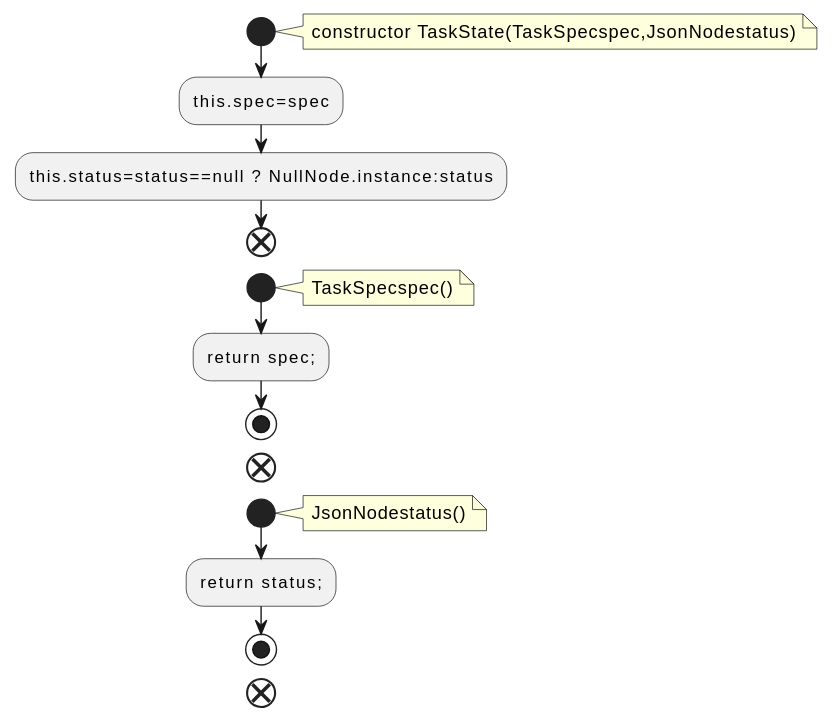
Before: docs/qc/trogdor/src/main/java/org/apache/kafka/trogdor/rest/TaskState.java.fct.svg, a diagram exported from PlantUML (qualitesys/kafka).
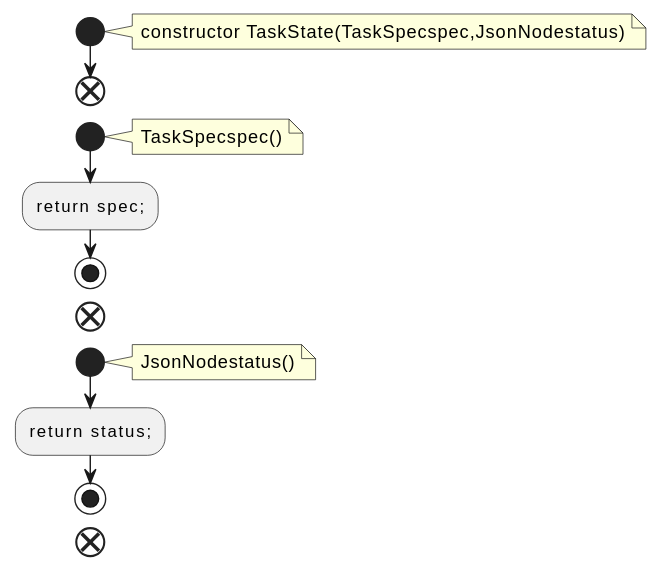
After the change.

Diff of the diagram source:
```diff
@@ -4,8 +4,6 @@
 note right
 constructor TaskState(TaskSpecspec,JsonNodestatus)
 end note
-:this.spec=spec;
-:this.status=status==null ? NullNode.instance:status;
 end
 start
 note right
```
